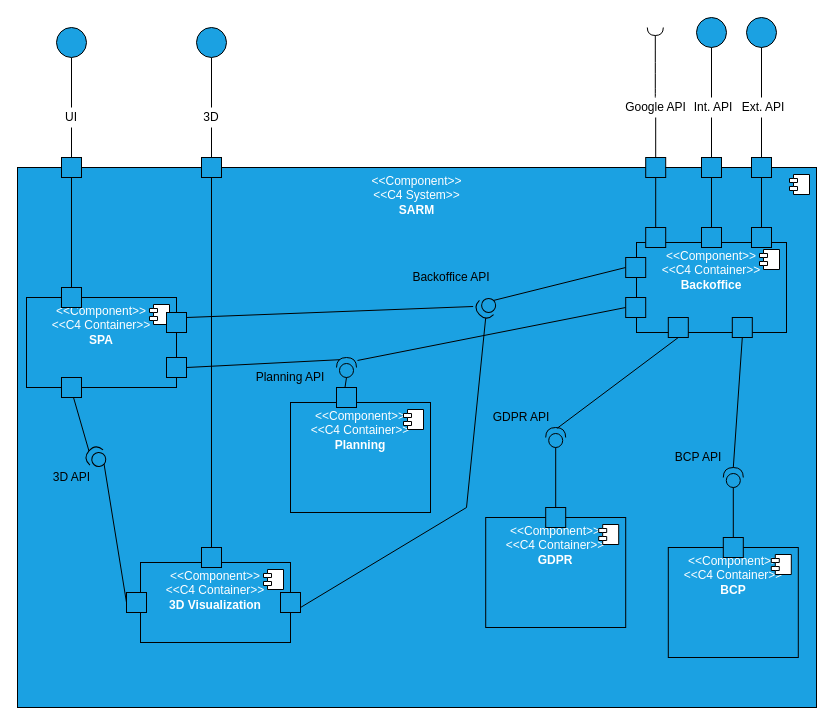
Above: docs/L2/Logical_View.drawio in Rodrick0209/ISEP-SEM5PI-24-25 (draw.io), before the change. Source tidied: cells renumbered, new cells numbered last; positions are measured from the earlier drawing's top-left corner, leaving out a move shared by most shapes. Both pictures are drawn from the tidied source at 100%, with x=0, y=0 at pixel (17, 17).
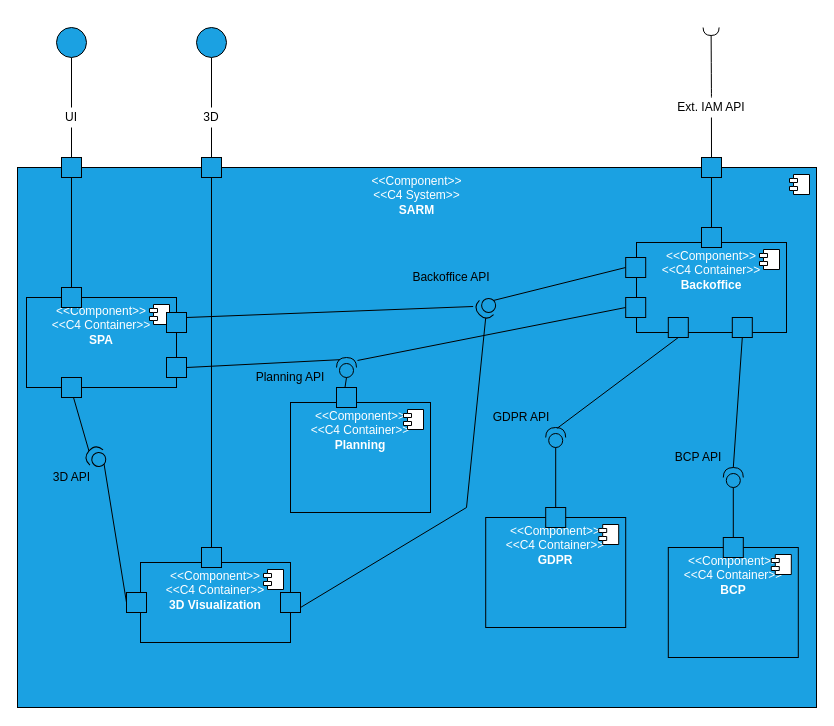
Above is the later version.

Commit message (it also covers changes not shown here):
Updated Level 1 and 2 View Diagrams with the adding of the new Web API #25

The edit, as a diff of the source:
```diff
@@
-    <mxCell id="7" style="whiteSpace=wrap;html=1;fillColor=#1ba1e2;fontColor=#ffffff;strokeColor=default;" parent="1" vertex="1">
-      <mxGeometry x="684" y="140" width="20" height="20" as="geometry" />
-    </mxCell>
-    <mxCell id="8" value="Int. API" style="text;html=1;align=center;verticalAlign=middle;whiteSpace=wrap;rounded=0;" parent="1" vertex="1">
-      <mxGeometry x="670.8" y="80" width="50" height="20" as="geometry" />
-    </mxCell>
-    <mxCell id="9" style="endArrow=none;html=1;rounded=0;entryX=0.5;entryY=1;entryDx=0;entryDy=0;exitX=0.5;exitY=0;exitDx=0;exitDy=0;" parent="1" edge="1" source="7">
-      <mxGeometry relative="1" as="geometry">
-        <mxPoint x="694" y="100" as="targetPoint" />
-      </mxGeometry>
-    </mxCell>
-    <mxCell id="10" style="ellipse;whiteSpace=wrap;html=1;fillColor=#1ba1e2;fontColor=#ffffff;strokeColor=default;" parent="1" vertex="1">
-      <mxGeometry x="679" width="30" height="30" as="geometry" />
-    </mxCell>
@@
-    <mxCell id="13" style="endArrow=none;html=1;rounded=0;entryX=0.5;entryY=1;entryDx=0;entryDy=0;exitX=0.5;exitY=0;exitDx=0;exitDy=0;" parent="1" edge="1" target="10">
-      <mxGeometry relative="1" as="geometry">
-        <mxPoint x="694" y="80" as="sourcePoint" />
-      </mxGeometry>
-    </mxCell>
@@
     <mxCell id="19" style="whiteSpace=wrap;html=1;fillColor=#1ba1e2;fontColor=#ffffff;strokeColor=default;" parent="1" vertex="1">
-      <mxGeometry x="628.2" y="140" width="20" height="20" as="geometry" />
+      <mxGeometry x="684" y="140" width="20" height="20" as="geometry" />
     </mxCell>
-    <mxCell id="20" style="endArrow=none;html=1;rounded=0;entryX=0.5;entryY=1;entryDx=0;entryDy=0;exitX=0.5;exitY=0;exitDx=0;exitDy=0;" parent="1" edge="1" source="19">
-      <mxGeometry relative="1" as="geometry">
-        <mxPoint x="638.2" y="100" as="targetPoint" />
-      </mxGeometry>
+    <mxCell id="20" style="endArrow=none;html=1;rounded=0;entryX=0.5;entryY=1;entryDx=0;entryDy=0;exitX=0.5;exitY=0;exitDx=0;exitDy=0;" parent="1" edge="1" source="19" target="21">
+      <mxGeometry relative="1" as="geometry" />
     </mxCell>
-    <mxCell id="21" value="Google API" style="text;html=1;align=center;verticalAlign=middle;whiteSpace=wrap;rounded=0;" parent="1" vertex="1">
-      <mxGeometry x="605.8" y="80" width="65" height="20" as="geometry" />
-    </mxCell>
-    <mxCell id="22" style="rounded=0;orthogonalLoop=1;jettySize=auto;html=1;endArrow=halfCircle;endFill=0;endSize=6;strokeWidth=1;sketch=0;fontSize=12;curved=1;exitX=0.5;exitY=0;exitDx=0;exitDy=0;" parent="1" edge="1">
+    <mxCell id="22" style="rounded=0;jettySize=auto;html=1;endArrow=halfCircle;endFill=0;endSize=6;strokeWidth=1;sketch=0;fontSize=12;curved=1;exitX=0.5;exitY=0;exitDx=0;exitDy=0;" parent="1" edge="1" source="21">
       <mxGeometry relative="1" as="geometry">
-        <mxPoint x="637.8" y="80" as="sourcePoint" />
-        <mxPoint x="637.8" y="10" as="targetPoint" />
+        <mxPoint x="693.6" y="10" as="targetPoint" />
       </mxGeometry>
     </mxCell>
@@
     <mxCell id="44" style="whiteSpace=wrap;html=1;fillColor=#1ba1e2;fontColor=#ffffff;strokeColor=default;" parent="1" vertex="1">
-      <mxGeometry x="628.2" y="210" width="20" height="20" as="geometry" />
+      <mxGeometry x="684" y="210" width="20" height="20" as="geometry" />
     </mxCell>
-    <mxCell id="45" style="whiteSpace=wrap;html=1;fillColor=#1ba1e2;fontColor=#ffffff;strokeColor=default;" parent="1" vertex="1">
-      <mxGeometry x="684" y="210" width="20" height="20" as="geometry" />
-    </mxCell>
@@
-    <mxCell id="47" style="endArrow=none;html=1;rounded=0;entryX=0.5;entryY=1;entryDx=0;entryDy=0;exitX=0.5;exitY=0;exitDx=0;exitDy=0;" parent="1" edge="1" source="45" target="7">
-      <mxGeometry relative="1" as="geometry" />
-    </mxCell>
@@
-    <mxCell id="80" style="whiteSpace=wrap;html=1;fillColor=#1ba1e2;fontColor=#ffffff;strokeColor=default;" parent="1" vertex="1">
-      <mxGeometry x="734" y="140" width="20" height="20" as="geometry" />
-    </mxCell>
-    <mxCell id="81" style="endArrow=none;html=1;rounded=0;entryX=0.5;entryY=1;entryDx=0;entryDy=0;exitX=0.5;exitY=0;exitDx=0;exitDy=0;" parent="1" edge="1" source="80">
-      <mxGeometry relative="1" as="geometry">
-        <mxPoint x="744" y="100" as="targetPoint" />
-      </mxGeometry>
-    </mxCell>
-    <mxCell id="82" style="ellipse;whiteSpace=wrap;html=1;fillColor=#1ba1e2;fontColor=#ffffff;strokeColor=default;" parent="1" vertex="1">
-      <mxGeometry x="729" width="30" height="30" as="geometry" />
-    </mxCell>
-    <mxCell id="83" style="endArrow=none;html=1;rounded=0;entryX=0.5;entryY=1;entryDx=0;entryDy=0;exitX=0.5;exitY=0;exitDx=0;exitDy=0;" parent="1" edge="1" target="82">
-      <mxGeometry relative="1" as="geometry">
-        <mxPoint x="744" y="80" as="sourcePoint" />
-      </mxGeometry>
-    </mxCell>
-    <mxCell id="84" style="whiteSpace=wrap;html=1;fillColor=#1ba1e2;fontColor=#ffffff;strokeColor=default;" parent="1" vertex="1">
-      <mxGeometry x="734" y="210" width="20" height="20" as="geometry" />
-    </mxCell>
-    <mxCell id="85" style="endArrow=none;html=1;rounded=0;entryX=0.5;entryY=1;entryDx=0;entryDy=0;exitX=0.5;exitY=0;exitDx=0;exitDy=0;" parent="1" edge="1" source="84" target="80">
-      <mxGeometry relative="1" as="geometry" />
-    </mxCell>
-    <mxCell id="86" value="Ext. API" style="text;html=1;align=center;verticalAlign=middle;whiteSpace=wrap;rounded=0;" parent="1" vertex="1">
-      <mxGeometry x="720.8" y="80" width="50" height="20" as="geometry" />
-    </mxCell>
+    <mxCell id="87" style="rounded=0;jettySize=auto;html=1;endArrow=halfCircle;endFill=0;endSize=6;strokeWidth=1;sketch=0;fontSize=12;curved=1;exitX=0.5;exitY=0;exitDx=0;exitDy=0;" parent="1" edge="1" target="21">
+      <mxGeometry relative="1" as="geometry">
+        <mxPoint x="693.6" y="80" as="sourcePoint" />
+      </mxGeometry>
+    </mxCell>
+    <mxCell id="21" value="Ext. IAM API" style="text;html=1;align=center;verticalAlign=middle;whiteSpace=wrap;rounded=0;" parent="1" vertex="1">
+      <mxGeometry x="655.2" y="80" width="77.5" height="20" as="geometry" />
+    </mxCell>
```
